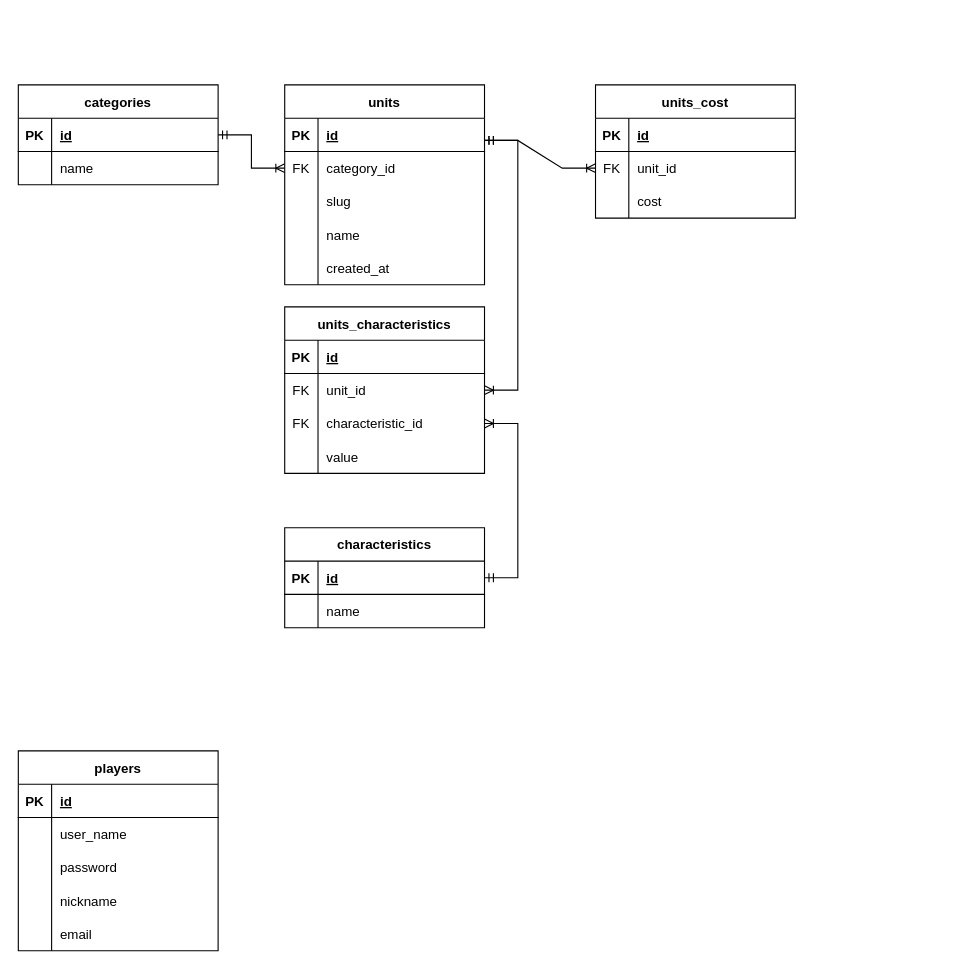
Earlier version of the draw.io diagram diagrams/er.drawio (bubeha/war-tower). Source tidied: cells renumbered, new cells numbered last; positions are measured from the earlier drawing's top-left corner, leaving out a move shared by most shapes. Both pictures are drawn from the tidied source at 111%, with x=0, y=0 at pixel (18, 84).
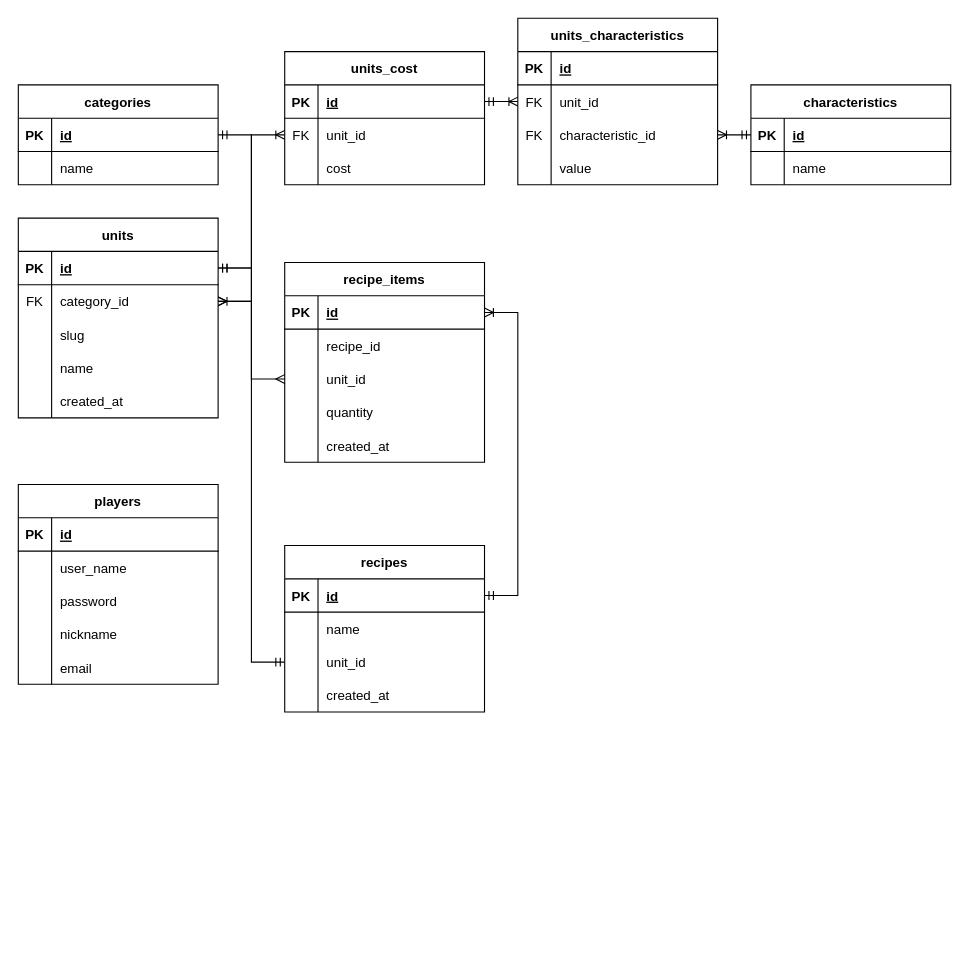
Above is the later version.

Unchanged cells that the change refers to:
```xml
<mxCell id="3" style="shape=tableRow;horizontal=0;startSize=0;swimlaneHead=0;swimlaneBody=0;fillColor=none;points=[[0,0.5],[1,0.5]];portConstraint=eastwest;top=0;left=0;right=0;bottom=1;" parent="2" vertex="1">
  <mxGeometry y="30" width="180" height="30" as="geometry" />
</mxCell>
<mxCell id="10" style="shape=tableRow;horizontal=0;startSize=0;swimlaneHead=0;swimlaneBody=0;fillColor=none;points=[[0,0.5],[1,0.5]];portConstraint=eastwest;top=0;left=0;right=0;bottom=1;" parent="9" vertex="1">
  <mxGeometry y="30" width="180" height="30" as="geometry" />
</mxCell>
<mxCell id="13" style="shape=tableRow;horizontal=0;startSize=0;swimlaneHead=0;swimlaneBody=0;fillColor=none;points=[[0,0.5],[1,0.5]];portConstraint=eastwest;top=0;left=0;right=0;bottom=0;" parent="9" vertex="1">
  <mxGeometry y="60" width="180" height="30" as="geometry" />
</mxCell>
<mxCell id="42" style="shape=tableRow;horizontal=0;startSize=0;swimlaneHead=0;swimlaneBody=0;fillColor=none;points=[[0,0.5],[1,0.5]];portConstraint=eastwest;top=0;left=0;right=0;bottom=1;" parent="41" vertex="1">
  <mxGeometry y="30" width="180" height="30" as="geometry" />
</mxCell>
<mxCell id="45" style="shape=tableRow;horizontal=0;startSize=0;swimlaneHead=0;swimlaneBody=0;fillColor=none;points=[[0,0.5],[1,0.5]];portConstraint=eastwest;top=0;left=0;right=0;bottom=0;" parent="41" vertex="1">
  <mxGeometry y="60" width="180" height="30" as="geometry" />
</mxCell>
<mxCell id="52" style="shape=tableRow;horizontal=0;startSize=0;swimlaneHead=0;swimlaneBody=0;fillColor=none;points=[[0,0.5],[1,0.5]];portConstraint=eastwest;top=0;left=0;right=0;bottom=1;" parent="51" vertex="1">
  <mxGeometry y="30" width="180" height="30" as="geometry" />
</mxCell>
<mxCell id="62" style="shape=tableRow;horizontal=0;startSize=0;swimlaneHead=0;swimlaneBody=0;fillColor=none;points=[[0,0.5],[1,0.5]];portConstraint=eastwest;top=0;left=0;right=0;bottom=0;" parent="58" vertex="1">
  <mxGeometry y="60" width="180" height="30" as="geometry" />
</mxCell>
<mxCell id="65" style="shape=tableRow;horizontal=0;startSize=0;swimlaneHead=0;swimlaneBody=0;fillColor=none;points=[[0,0.5],[1,0.5]];portConstraint=eastwest;top=0;left=0;right=0;bottom=0;" parent="58" vertex="1">
  <mxGeometry y="90" width="180" height="30" as="geometry" />
</mxCell>
```

The edit, as a diff of the source:
```diff
@@
     <mxCell id="9" value="units" style="shape=table;startSize=30;childLayout=tableLayout;rowLines=0;fontStyle=1;align=center;" parent="1" vertex="1">
-      <mxGeometry x="240" width="180" height="180" as="geometry" />
+      <mxGeometry y="120" width="180" height="180" as="geometry" />
     </mxCell>
@@
     <mxCell id="25" value="players" style="shape=table;startSize=30;childLayout=tableLayout;rowLines=0;fontStyle=1;align=center;" parent="1" vertex="1">
-      <mxGeometry y="600" width="180" height="180" as="geometry" />
+      <mxGeometry y="360" width="180" height="180" as="geometry" />
     </mxCell>
@@
     <mxCell id="41" value="units_cost" style="shape=table;startSize=30;childLayout=tableLayout;rowLines=0;fontStyle=1;align=center;" parent="1" vertex="1">
-      <mxGeometry x="520" width="180" height="120" as="geometry" />
+      <mxGeometry x="240" y="-30" width="180" height="120" as="geometry" />
     </mxCell>
@@
     <mxCell id="51" value="characteristics" style="shape=table;startSize=30;childLayout=tableLayout;rowLines=0;fontStyle=1;align=center;" parent="1" vertex="1">
-      <mxGeometry x="240" y="399" width="180" height="90" as="geometry" />
+      <mxGeometry x="660" width="180" height="90" as="geometry" />
     </mxCell>
@@
     <mxCell id="58" value="units_characteristics" style="shape=table;startSize=30;childLayout=tableLayout;rowLines=0;fontStyle=1;align=center;" parent="1" vertex="1">
-      <mxGeometry x="240" y="200" width="180" height="150" as="geometry" />
+      <mxGeometry x="450" y="-60" width="180" height="150" as="geometry" />
     </mxCell>
@@
-    <mxCell id="71" style="edgeStyle=entityRelationEdgeStyle;fontSize=12;html=1;endArrow=ERoneToMany;startArrow=ERmandOne;rounded=0;exitX=1;exitY=0.5;exitDx=0;exitDy=0;entryX=1;entryY=0.5;entryDx=0;entryDy=0;" parent="1" edge="1" source="52" target="65">
+    <mxCell id="71" style="edgeStyle=entityRelationEdgeStyle;fontSize=12;html=1;endArrow=ERoneToMany;startArrow=ERmandOne;rounded=0;exitX=0;exitY=0.5;exitDx=0;exitDy=0;entryX=1;entryY=0.5;entryDx=0;entryDy=0;" parent="1" edge="1" source="52" target="65">
       <mxGeometry relative="1" as="geometry" />
     </mxCell>
-    <mxCell id="72" style="edgeStyle=entityRelationEdgeStyle;fontSize=12;html=1;endArrow=ERoneToMany;startArrow=ERmandOne;rounded=0;entryX=1;entryY=0.5;entryDx=0;entryDy=0;" parent="1" edge="1" target="62">
-      <mxGeometry relative="1" as="geometry">
-        <mxPoint x="420" y="50" as="sourcePoint" />
-      </mxGeometry>
+    <mxCell id="72" style="edgeStyle=entityRelationEdgeStyle;fontSize=12;html=1;endArrow=ERoneToMany;startArrow=ERmandOne;rounded=0;exitX=1;exitY=0.5;exitDx=0;exitDy=0;" parent="1" edge="1" source="42" target="62">
+      <mxGeometry relative="1" as="geometry" />
     </mxCell>
-    <mxCell id="73" style="edgeStyle=entityRelationEdgeStyle;fontSize=12;html=1;endArrow=ERoneToMany;startArrow=ERmandOne;rounded=0;entryX=0;entryY=0.5;entryDx=0;entryDy=0;" parent="1" edge="1" target="45">
-      <mxGeometry relative="1" as="geometry">
-        <mxPoint x="420" y="50" as="sourcePoint" />
-      </mxGeometry>
+    <mxCell id="73" style="edgeStyle=entityRelationEdgeStyle;fontSize=12;html=1;endArrow=ERoneToMany;startArrow=ERmandOne;rounded=0;entryX=0;entryY=0.5;entryDx=0;entryDy=0;exitX=1;exitY=0.5;exitDx=0;exitDy=0;" parent="1" edge="1" source="10" target="45">
+      <mxGeometry relative="1" as="geometry" />
     </mxCell>
-    <mxCell id="74" style="edgeStyle=entityRelationEdgeStyle;fontSize=12;html=1;endArrow=ERoneToMany;startArrow=ERmandOne;rounded=0;exitX=1;exitY=0.5;exitDx=0;exitDy=0;entryX=0;entryY=0.5;entryDx=0;entryDy=0;" parent="1" edge="1" source="3" target="13">
+    <mxCell id="74" style="edgeStyle=entityRelationEdgeStyle;fontSize=12;html=1;endArrow=ERoneToMany;startArrow=ERmandOne;rounded=0;exitX=1;exitY=0.5;exitDx=0;exitDy=0;entryX=1;entryY=0.5;entryDx=0;entryDy=0;" parent="1" edge="1" source="3" target="13">
       <mxGeometry relative="1" as="geometry" />
     </mxCell>
+    <mxCell id="75" value="recipes" style="shape=table;startSize=30;childLayout=tableLayout;rowLines=0;fontStyle=1;align=center;" parent="1" vertex="1">
+      <mxGeometry x="240" y="415" width="180" height="150" as="geometry" />
+    </mxCell>
+    <mxCell id="76" style="shape=tableRow;horizontal=0;startSize=0;swimlaneHead=0;swimlaneBody=0;fillColor=none;points=[[0,0.5],[1,0.5]];portConstraint=eastwest;top=0;left=0;right=0;bottom=1;" parent="75" vertex="1">
+      <mxGeometry y="30" width="180" height="30" as="geometry" />
+    </mxCell>
+    <mxCell id="77" value="PK" style="shape=partialRectangle;fillColor=none;top=0;left=0;bottom=0;right=0;fontStyle=1;overflow=hidden;" parent="76" vertex="1">
+      <mxGeometry width="30" height="30" as="geometry" />
+    </mxCell>
+    <mxCell id="78" value="id" style="shape=partialRectangle;fillColor=none;top=0;left=0;bottom=0;right=0;align=left;spacingLeft=6;fontStyle=5;overflow=hidden;" parent="76" vertex="1">
+      <mxGeometry x="30" width="150" height="30" as="geometry" />
+    </mxCell>
+    <mxCell id="79" style="shape=tableRow;horizontal=0;startSize=0;swimlaneHead=0;swimlaneBody=0;fillColor=none;top=0;left=0;right=0;bottom=0;" parent="75" vertex="1">
+      <mxGeometry y="60" width="180" height="30" as="geometry" />
+    </mxCell>
+    <mxCell id="80" style="shape=partialRectangle;fillColor=none;top=0;left=0;bottom=0;right=0;overflow=hidden;" parent="79" vertex="1">
+      <mxGeometry width="30" height="30" as="geometry" />
+    </mxCell>
+    <mxCell id="81" value="name" style="shape=partialRectangle;fillColor=none;top=0;left=0;bottom=0;right=0;align=left;spacingLeft=6;overflow=hidden;" parent="79" vertex="1">
+      <mxGeometry x="30" width="150" height="30" as="geometry" />
+    </mxCell>
+    <mxCell id="82" style="shape=tableRow;horizontal=0;startSize=0;swimlaneHead=0;swimlaneBody=0;fillColor=none;points=[[0,0.5],[1,0.5]];portConstraint=eastwest;top=0;left=0;right=0;bottom=0;" parent="75" vertex="1">
+      <mxGeometry y="90" width="180" height="30" as="geometry" />
+    </mxCell>
+    <mxCell id="83" style="shape=partialRectangle;fillColor=none;top=0;left=0;bottom=0;right=0;overflow=hidden;" parent="82" vertex="1">
+      <mxGeometry width="30" height="30" as="geometry" />
+    </mxCell>
+    <mxCell id="84" value="unit_id" style="shape=partialRectangle;fillColor=none;top=0;left=0;bottom=0;right=0;align=left;spacingLeft=6;overflow=hidden;" parent="82" vertex="1">
+      <mxGeometry x="30" width="150" height="30" as="geometry" />
+    </mxCell>
+    <mxCell id="85" style="shape=tableRow;horizontal=0;startSize=0;swimlaneHead=0;swimlaneBody=0;fillColor=none;top=0;left=0;right=0;bottom=0;" parent="75" vertex="1">
+      <mxGeometry y="120" width="180" height="30" as="geometry" />
+    </mxCell>
+    <mxCell id="86" style="shape=partialRectangle;fillColor=none;top=0;left=0;bottom=0;right=0;overflow=hidden;" parent="85" vertex="1">
+      <mxGeometry width="30" height="30" as="geometry" />
+    </mxCell>
+    <mxCell id="87" value="created_at" style="shape=partialRectangle;fillColor=none;top=0;left=0;bottom=0;right=0;align=left;spacingLeft=6;overflow=hidden;" parent="85" vertex="1">
+      <mxGeometry x="30" width="150" height="30" as="geometry" />
+    </mxCell>
+    <mxCell id="88" style="edgeStyle=entityRelationEdgeStyle;fontSize=12;html=1;endArrow=ERmandOne;startArrow=ERmandOne;rounded=0;exitX=0;exitY=0.5;exitDx=0;exitDy=0;entryX=1;entryY=0.5;entryDx=0;entryDy=0;" parent="1" edge="1" source="82" target="10">
+      <mxGeometry relative="1" as="geometry" />
+    </mxCell>
+    <mxCell id="89" value="recipe_items" style="shape=table;startSize=30;childLayout=tableLayout;rowLines=0;fontStyle=1;align=center;" parent="1" vertex="1">
+      <mxGeometry x="240" y="160" width="180" height="180" as="geometry" />
+    </mxCell>
+    <mxCell id="90" style="shape=tableRow;horizontal=0;startSize=0;swimlaneHead=0;swimlaneBody=0;fillColor=none;points=[[0,0.5],[1,0.5]];portConstraint=eastwest;top=0;left=0;right=0;bottom=1;" parent="89" vertex="1">
+      <mxGeometry y="30" width="180" height="30" as="geometry" />
+    </mxCell>
+    <mxCell id="91" value="PK" style="shape=partialRectangle;fillColor=none;top=0;left=0;bottom=0;right=0;fontStyle=1;overflow=hidden;" parent="90" vertex="1">
+      <mxGeometry width="30" height="30" as="geometry" />
+    </mxCell>
+    <mxCell id="92" value="id" style="shape=partialRectangle;fillColor=none;top=0;left=0;bottom=0;right=0;align=left;spacingLeft=6;fontStyle=5;overflow=hidden;" parent="90" vertex="1">
+      <mxGeometry x="30" width="150" height="30" as="geometry" />
+    </mxCell>
+    <mxCell id="93" style="shape=tableRow;horizontal=0;startSize=0;swimlaneHead=0;swimlaneBody=0;fillColor=none;top=0;left=0;right=0;bottom=0;" parent="89" vertex="1">
+      <mxGeometry y="60" width="180" height="30" as="geometry" />
+    </mxCell>
+    <mxCell id="94" style="shape=partialRectangle;fillColor=none;top=0;left=0;bottom=0;right=0;overflow=hidden;" parent="93" vertex="1">
+      <mxGeometry width="30" height="30" as="geometry" />
+    </mxCell>
+    <mxCell id="95" value="recipe_id" style="shape=partialRectangle;fillColor=none;top=0;left=0;bottom=0;right=0;align=left;spacingLeft=6;overflow=hidden;" parent="93" vertex="1">
+      <mxGeometry x="30" width="150" height="30" as="geometry" />
+    </mxCell>
+    <mxCell id="96" style="shape=tableRow;horizontal=0;startSize=0;swimlaneHead=0;swimlaneBody=0;fillColor=none;points=[[0,0.5],[1,0.5]];portConstraint=eastwest;top=0;left=0;right=0;bottom=0;" parent="89" vertex="1">
+      <mxGeometry y="90" width="180" height="30" as="geometry" />
+    </mxCell>
+    <mxCell id="97" style="shape=partialRectangle;fillColor=none;top=0;left=0;bottom=0;right=0;overflow=hidden;" parent="96" vertex="1">
+      <mxGeometry width="30" height="30" as="geometry" />
+    </mxCell>
+    <mxCell id="98" value="unit_id" style="shape=partialRectangle;fillColor=none;top=0;left=0;bottom=0;right=0;align=left;spacingLeft=6;overflow=hidden;" parent="96" vertex="1">
+      <mxGeometry x="30" width="150" height="30" as="geometry" />
+    </mxCell>
+    <mxCell id="99" style="shape=tableRow;horizontal=0;startSize=0;swimlaneHead=0;swimlaneBody=0;fillColor=none;top=0;left=0;right=0;bottom=0;" parent="89" vertex="1">
+      <mxGeometry y="120" width="180" height="30" as="geometry" />
+    </mxCell>
+    <mxCell id="100" style="shape=partialRectangle;fillColor=none;top=0;left=0;bottom=0;right=0;overflow=hidden;" parent="99" vertex="1">
+      <mxGeometry width="30" height="30" as="geometry" />
+    </mxCell>
+    <mxCell id="101" value="quantity" style="shape=partialRectangle;fillColor=none;top=0;left=0;bottom=0;right=0;align=left;spacingLeft=6;overflow=hidden;" parent="99" vertex="1">
+      <mxGeometry x="30" width="150" height="30" as="geometry" />
+    </mxCell>
+    <mxCell id="102" style="shape=tableRow;horizontal=0;startSize=0;swimlaneHead=0;swimlaneBody=0;fillColor=none;top=0;left=0;right=0;bottom=0;" parent="89" vertex="1">
+      <mxGeometry y="150" width="180" height="30" as="geometry" />
+    </mxCell>
+    <mxCell id="103" style="shape=partialRectangle;fillColor=none;top=0;left=0;bottom=0;right=0;overflow=hidden;" parent="102" vertex="1">
+      <mxGeometry width="30" height="30" as="geometry" />
+    </mxCell>
+    <mxCell id="104" value="created_at" style="shape=partialRectangle;fillColor=none;top=0;left=0;bottom=0;right=0;align=left;spacingLeft=6;overflow=hidden;" parent="102" vertex="1">
+      <mxGeometry x="30" width="150" height="30" as="geometry" />
+    </mxCell>
+    <mxCell id="105" style="edgeStyle=entityRelationEdgeStyle;fontSize=12;html=1;endArrow=ERmany;startArrow=ERmany;rounded=0;exitX=0;exitY=0.5;exitDx=0;exitDy=0;entryX=1;entryY=0.5;entryDx=0;entryDy=0;" parent="1" edge="1" source="96" target="13">
+      <mxGeometry relative="1" as="geometry" />
+    </mxCell>
+    <mxCell id="106" style="edgeStyle=entityRelationEdgeStyle;fontSize=12;html=1;endArrow=ERoneToMany;startArrow=ERmandOne;rounded=0;exitX=1;exitY=0.5;exitDx=0;exitDy=0;" parent="1" edge="1" source="76" target="90">
+      <mxGeometry relative="1" as="geometry" />
+    </mxCell>
```
